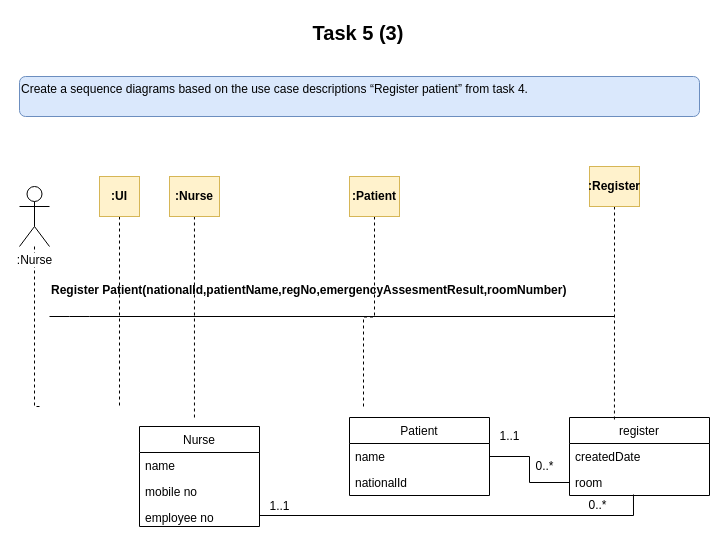
kestersimm/drawio keeps this draw.io diagram as m-t-5.drawio. Above is the earlier version. Source tidied: cells renumbered, new cells numbered last; positions are measured from the earlier drawing's top-left corner, leaving out a move shared by most shapes. Both pictures are drawn from the tidied source at 100%, with x=0, y=0 at pixel (19, 17).
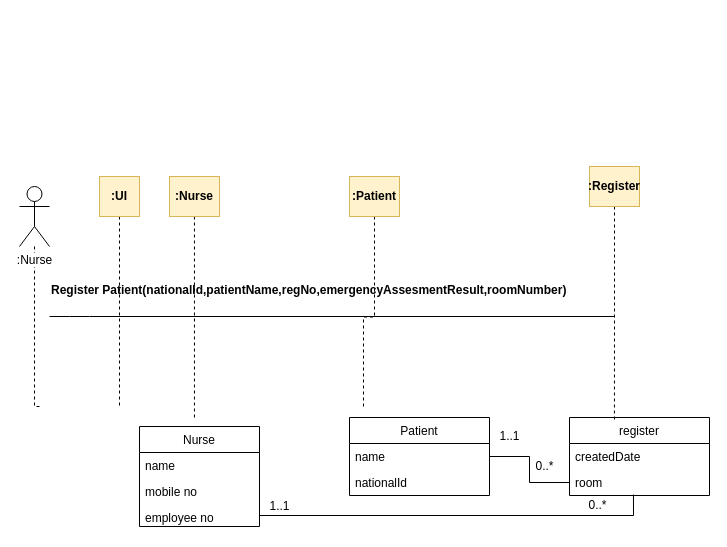
The same diagram, later.

What changed in the source:
```diff
@@
-    <mxCell id="30" value="&lt;div&gt;Create a sequence diagrams based on the use case descriptions “Register patient” from task 4.&lt;/div&gt;&lt;div&gt;&lt;br&gt;&lt;/div&gt;" style="rounded=1;whiteSpace=wrap;html=1;fillColor=#dae8fc;strokeColor=#6c8ebf;align=left;" parent="1" vertex="1">
-      <mxGeometry y="59" width="680" height="40" as="geometry" />
-    </mxCell>
-    <mxCell id="31" value="&lt;font style=&quot;font-size: 20px&quot;&gt;&lt;b&gt;Task 5 (3)&lt;/b&gt;&lt;/font&gt;" style="text;html=1;strokeColor=none;fillColor=none;align=center;verticalAlign=middle;whiteSpace=wrap;rounded=0;" parent="1" vertex="1">
-      <mxGeometry x="284" width="110" height="30" as="geometry" />
-    </mxCell>
```
